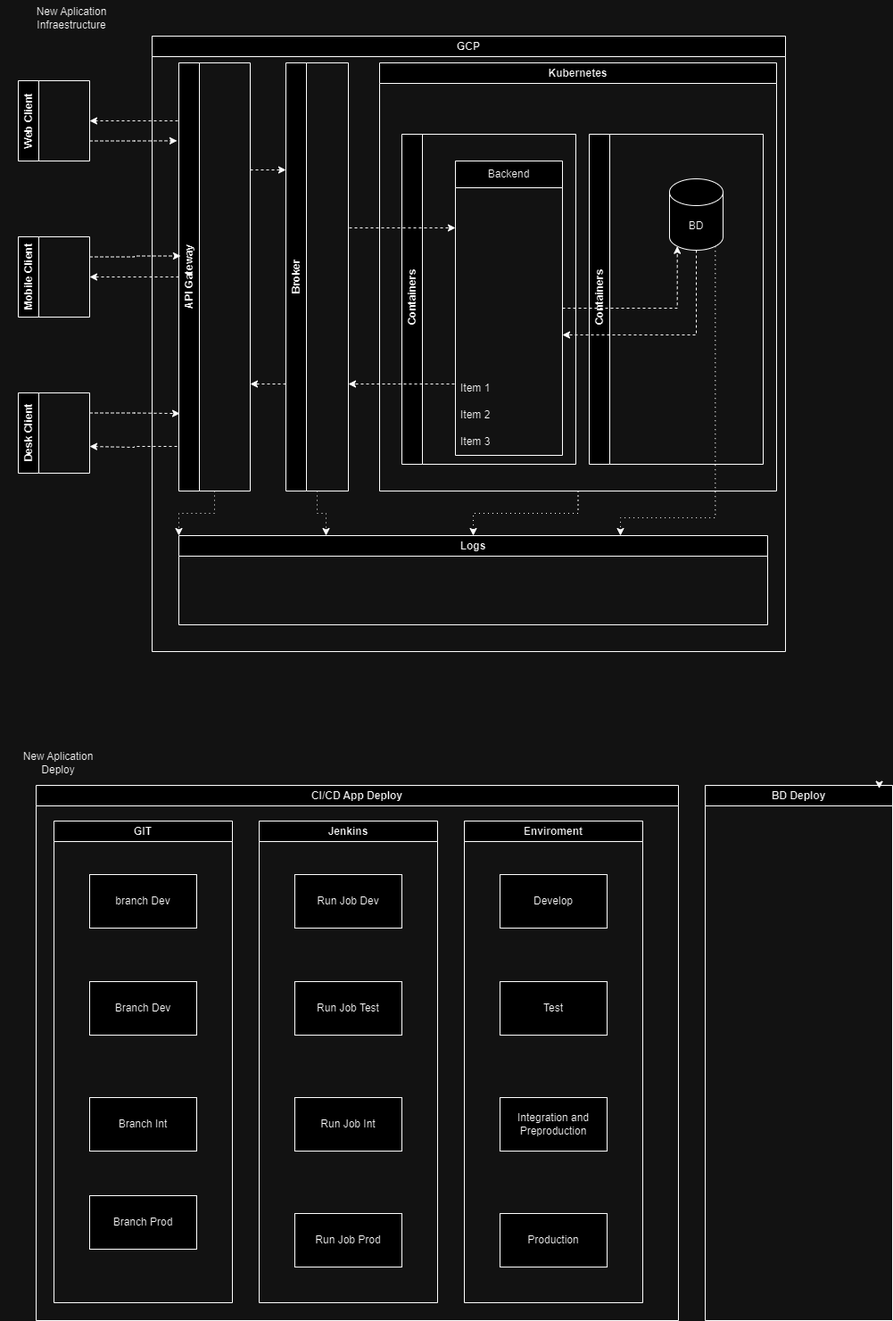
Before: valex-app.png, a diagram exported from draw.io (valexsilva/technicalSkills). Source tidied: cells renumbered, new cells last; positions are measured from the earlier drawing's top-left corner, leaving out a move shared by most shapes. Source of this version:
```xml
<mxGraphModel>
  <root>
    <mxCell id="0" />
    <mxCell id="1" parent="0" />
    <mxCell id="2" value="New Aplication Infraestructure" style="text;html=1;align=center;verticalAlign=middle;whiteSpace=wrap;rounded=0;" parent="1" vertex="1">
      <mxGeometry width="160" height="40" as="geometry" />
    </mxCell>
    <mxCell id="3" value="Web Client" style="swimlane;horizontal=0;whiteSpace=wrap;html=1;" parent="1" vertex="1">
      <mxGeometry x="20" y="90" width="80" height="90" as="geometry" />
    </mxCell>
    <mxCell id="4" value="Mobile Client" style="swimlane;horizontal=0;whiteSpace=wrap;html=1;" parent="1" vertex="1">
      <mxGeometry x="20" y="265" width="80" height="90" as="geometry" />
    </mxCell>
    <mxCell id="5" value="Desk Client" style="swimlane;horizontal=0;whiteSpace=wrap;html=1;" parent="1" vertex="1">
      <mxGeometry x="20" y="440" width="80" height="90" as="geometry" />
    </mxCell>
    <mxCell id="6" value="GCP" style="swimlane;whiteSpace=wrap;html=1;" parent="1" vertex="1">
      <mxGeometry x="170" y="40" width="710" height="690" as="geometry" />
    </mxCell>
    <mxCell id="7" style="edgeStyle=orthogonalEdgeStyle;rounded=0;jettySize=auto;html=1;exitX=0.855;exitY=1;exitDx=0;exitDy=-4.35;exitPerimeter=0;entryX=0.75;entryY=0;entryDx=0;entryDy=0;dashed=1;dashPattern=1 4;" parent="6" edge="1" source="30" target="33">
      <mxGeometry relative="1" as="geometry">
        <Array as="points">
          <mxPoint x="631" y="540" />
          <mxPoint x="525" y="540" />
        </Array>
      </mxGeometry>
    </mxCell>
    <mxCell id="8" style="edgeStyle=orthogonalEdgeStyle;rounded=0;jettySize=auto;html=1;exitX=0.5;exitY=1;exitDx=0;exitDy=0;entryX=0;entryY=0;entryDx=0;entryDy=0;dashed=1;dashPattern=1 4;" parent="6" edge="1" source="11" target="33">
      <mxGeometry relative="1" as="geometry" />
    </mxCell>
    <mxCell id="9" style="edgeStyle=orthogonalEdgeStyle;rounded=0;jettySize=auto;html=1;exitX=1;exitY=0.25;exitDx=0;exitDy=0;entryX=0;entryY=0.25;entryDx=0;entryDy=0;dashed=1;" parent="6" edge="1" source="11" target="14">
      <mxGeometry relative="1" as="geometry" />
    </mxCell>
    <mxCell id="10" style="edgeStyle=orthogonalEdgeStyle;rounded=0;jettySize=auto;html=1;exitX=0;exitY=0.75;exitDx=0;exitDy=0;dashed=1;" parent="6" edge="1" source="11">
      <mxGeometry relative="1" as="geometry">
        <mxPoint x="-70" y="460" as="targetPoint" />
        <Array as="points">
          <mxPoint x="30" y="460" />
          <mxPoint x="-20" y="460" />
          <mxPoint x="-70" y="461" />
        </Array>
      </mxGeometry>
    </mxCell>
    <mxCell id="11" value="API Gateway" style="swimlane;horizontal=0;whiteSpace=wrap;html=1;" parent="6" vertex="1">
      <mxGeometry x="30" y="30" width="80" height="480" as="geometry" />
    </mxCell>
    <mxCell id="12" style="edgeStyle=orthogonalEdgeStyle;rounded=0;jettySize=auto;html=1;exitX=0.5;exitY=1;exitDx=0;exitDy=0;entryX=0.25;entryY=0;entryDx=0;entryDy=0;dashed=1;dashPattern=1 4;" parent="6" edge="1" source="14" target="33">
      <mxGeometry relative="1" as="geometry" />
    </mxCell>
    <mxCell id="13" style="edgeStyle=orthogonalEdgeStyle;rounded=0;jettySize=auto;html=1;exitX=0;exitY=0.75;exitDx=0;exitDy=0;entryX=1;entryY=0.75;entryDx=0;entryDy=0;dashed=1;" parent="6" edge="1" source="14" target="11">
      <mxGeometry relative="1" as="geometry" />
    </mxCell>
    <mxCell id="14" value="Broker" style="swimlane;horizontal=0;whiteSpace=wrap;html=1;" parent="6" vertex="1">
      <mxGeometry x="150" y="30" width="70" height="480" as="geometry" />
    </mxCell>
    <mxCell id="15" style="edgeStyle=orthogonalEdgeStyle;rounded=0;jettySize=auto;html=1;exitX=0.5;exitY=1;exitDx=0;exitDy=0;entryX=0.5;entryY=0;entryDx=0;entryDy=0;dashed=1;dashPattern=1 4;" parent="6" edge="1" source="16" target="33">
      <mxGeometry relative="1" as="geometry" />
    </mxCell>
    <mxCell id="16" value="Kubernetes" style="swimlane;whiteSpace=wrap;html=1;" parent="6" vertex="1">
      <mxGeometry x="255" y="30" width="445" height="480" as="geometry" />
    </mxCell>
    <mxCell id="17" value="&amp;nbsp;Containers" style="swimlane;horizontal=0;whiteSpace=wrap;html=1;" parent="16" vertex="1">
      <mxGeometry x="25" y="80" width="195" height="370" as="geometry" />
    </mxCell>
    <mxCell id="18" value="Backend" style="swimlane;fontStyle=0;horizontal=1;startSize=30;whiteSpace=wrap;html=1;flipV=0;" parent="17" vertex="1">
      <mxGeometry x="60" y="30" width="120" height="330" as="geometry" />
    </mxCell>
    <mxCell id="19" style="text;strokeColor=none;fillColor=none;align=left;verticalAlign=middle;spacingLeft=4;spacingRight=4;overflow=hidden;whiteSpace=wrap;html=1;" parent="18" vertex="1">
      <mxGeometry y="30" width="120" height="30" as="geometry" />
    </mxCell>
    <mxCell id="20" style="text;strokeColor=none;fillColor=none;align=left;verticalAlign=middle;spacingLeft=4;spacingRight=4;overflow=hidden;points=[[0,0.5],[1,0.5]];portConstraint=eastwest;whiteSpace=wrap;html=1;" parent="18" vertex="1">
      <mxGeometry y="60" width="120" height="30" as="geometry" />
    </mxCell>
    <mxCell id="21" style="text;strokeColor=none;fillColor=none;align=left;verticalAlign=middle;spacingLeft=4;spacingRight=4;overflow=hidden;whiteSpace=wrap;html=1;" parent="18" vertex="1">
      <mxGeometry y="90" width="120" height="30" as="geometry" />
    </mxCell>
    <mxCell id="22" style="text;strokeColor=none;fillColor=none;align=left;verticalAlign=middle;spacingLeft=4;spacingRight=4;overflow=hidden;whiteSpace=wrap;html=1;" parent="18" vertex="1">
      <mxGeometry y="120" width="120" height="30" as="geometry" />
    </mxCell>
    <mxCell id="23" style="text;strokeColor=none;fillColor=none;align=left;verticalAlign=middle;spacingLeft=4;spacingRight=4;overflow=hidden;points=[[0,0.5],[1,0.5]];portConstraint=eastwest;whiteSpace=wrap;html=1;" parent="18" vertex="1">
      <mxGeometry y="150" width="120" height="30" as="geometry" />
    </mxCell>
    <mxCell id="24" style="text;strokeColor=none;fillColor=none;align=left;verticalAlign=middle;spacingLeft=4;spacingRight=4;overflow=hidden;points=[[0,0.5],[1,0.5]];portConstraint=eastwest;whiteSpace=wrap;html=1;" parent="18" vertex="1">
      <mxGeometry y="180" width="120" height="30" as="geometry" />
    </mxCell>
    <mxCell id="25" style="text;strokeColor=none;fillColor=none;align=left;verticalAlign=middle;spacingLeft=4;spacingRight=4;overflow=hidden;whiteSpace=wrap;html=1;" parent="18" vertex="1">
      <mxGeometry y="210" width="120" height="30" as="geometry" />
    </mxCell>
    <mxCell id="26" value="Item 1" style="text;strokeColor=none;fillColor=none;align=left;verticalAlign=middle;spacingLeft=4;spacingRight=4;overflow=hidden;whiteSpace=wrap;html=1;" parent="18" vertex="1">
      <mxGeometry y="240" width="120" height="30" as="geometry" />
    </mxCell>
    <mxCell id="27" value="Item 2" style="text;strokeColor=none;fillColor=none;align=left;verticalAlign=middle;spacingLeft=4;spacingRight=4;overflow=hidden;points=[[0,0.5],[1,0.5]];portConstraint=eastwest;whiteSpace=wrap;html=1;" parent="18" vertex="1">
      <mxGeometry y="270" width="120" height="30" as="geometry" />
    </mxCell>
    <mxCell id="28" value="Item 3" style="text;strokeColor=none;fillColor=none;align=left;verticalAlign=middle;spacingLeft=4;spacingRight=4;overflow=hidden;whiteSpace=wrap;html=1;" parent="18" vertex="1">
      <mxGeometry y="300" width="120" height="30" as="geometry" />
    </mxCell>
    <mxCell id="29" value="&amp;nbsp;Containers" style="swimlane;horizontal=0;whiteSpace=wrap;html=1;" parent="16" vertex="1">
      <mxGeometry x="235" y="80" width="195" height="370" as="geometry" />
    </mxCell>
    <mxCell id="30" value="BD" style="shape=cylinder3;whiteSpace=wrap;html=1;boundedLbl=1;backgroundOutline=1;size=15;" parent="29" vertex="1">
      <mxGeometry x="90" y="50" width="60" height="80" as="geometry" />
    </mxCell>
    <mxCell id="31" style="edgeStyle=orthogonalEdgeStyle;rounded=0;jettySize=auto;html=1;exitX=1;exitY=0.5;exitDx=0;exitDy=0;entryX=0.145;entryY=1;entryDx=0;entryDy=-4.35;entryPerimeter=0;dashed=1;" parent="16" edge="1" source="23" target="30">
      <mxGeometry relative="1" as="geometry" />
    </mxCell>
    <mxCell id="32" style="edgeStyle=orthogonalEdgeStyle;rounded=0;jettySize=auto;html=1;exitX=0.5;exitY=1;exitDx=0;exitDy=0;exitPerimeter=0;entryX=1;entryY=0.5;entryDx=0;entryDy=0;dashed=1;" parent="16" edge="1" source="30" target="24">
      <mxGeometry relative="1" as="geometry" />
    </mxCell>
    <mxCell id="33" value="Logs" style="swimlane;whiteSpace=wrap;html=1;" parent="6" vertex="1">
      <mxGeometry x="30" y="560" width="660" height="100" as="geometry" />
    </mxCell>
    <mxCell id="34" style="edgeStyle=orthogonalEdgeStyle;rounded=0;jettySize=auto;html=1;exitX=0;exitY=0.5;exitDx=0;exitDy=0;entryX=1;entryY=0.75;entryDx=0;entryDy=0;dashed=1;" parent="6" edge="1" source="27" target="14">
      <mxGeometry relative="1" as="geometry">
        <Array as="points">
          <mxPoint x="340" y="390" />
        </Array>
      </mxGeometry>
    </mxCell>
    <mxCell id="35" style="edgeStyle=orthogonalEdgeStyle;rounded=0;jettySize=auto;html=1;exitX=1;exitY=0.25;exitDx=0;exitDy=0;entryX=0;entryY=0.5;entryDx=0;entryDy=0;dashed=1;" parent="6" edge="1" source="14" target="20">
      <mxGeometry relative="1" as="geometry">
        <Array as="points">
          <mxPoint x="220" y="215" />
        </Array>
      </mxGeometry>
    </mxCell>
    <mxCell id="36" style="edgeStyle=orthogonalEdgeStyle;rounded=0;jettySize=auto;html=1;exitX=0;exitY=0;exitDx=0;exitDy=0;entryX=1;entryY=0.5;entryDx=0;entryDy=0;dashed=1;" parent="1" edge="1" source="11" target="3">
      <mxGeometry relative="1" as="geometry">
        <Array as="points">
          <mxPoint x="200" y="135" />
        </Array>
      </mxGeometry>
    </mxCell>
    <mxCell id="37" style="edgeStyle=orthogonalEdgeStyle;rounded=0;jettySize=auto;html=1;exitX=1;exitY=0.75;exitDx=0;exitDy=0;entryX=-0.025;entryY=0.182;entryDx=0;entryDy=0;entryPerimeter=0;dashed=1;" parent="1" edge="1" source="3" target="11">
      <mxGeometry relative="1" as="geometry" />
    </mxCell>
    <mxCell id="38" style="edgeStyle=orthogonalEdgeStyle;rounded=0;jettySize=auto;html=1;exitX=1;exitY=0.25;exitDx=0;exitDy=0;entryX=0.025;entryY=0.451;entryDx=0;entryDy=0;entryPerimeter=0;dashed=1;" parent="1" edge="1" source="4" target="11">
      <mxGeometry relative="1" as="geometry" />
    </mxCell>
    <mxCell id="39" style="edgeStyle=orthogonalEdgeStyle;rounded=0;jettySize=auto;html=1;exitX=0;exitY=0.5;exitDx=0;exitDy=0;entryX=1;entryY=0.5;entryDx=0;entryDy=0;dashed=1;" parent="1" edge="1" source="11" target="4">
      <mxGeometry relative="1" as="geometry" />
    </mxCell>
    <mxCell id="40" style="edgeStyle=orthogonalEdgeStyle;rounded=0;jettySize=auto;html=1;exitX=1;exitY=0.25;exitDx=0;exitDy=0;entryX=0.013;entryY=0.819;entryDx=0;entryDy=0;entryPerimeter=0;dashed=1;" parent="1" edge="1" source="5" target="11">
      <mxGeometry relative="1" as="geometry" />
    </mxCell>
    <mxCell id="41" value="New Aplication&lt;div&gt;Deploy&lt;/div&gt;" style="text;html=1;align=center;verticalAlign=middle;whiteSpace=wrap;rounded=0;" parent="1" vertex="1">
      <mxGeometry x="10" y="840" width="110" height="30" as="geometry" />
    </mxCell>
    <mxCell id="42" value="CI/CD App Deploy" style="swimlane;whiteSpace=wrap;html=1;" parent="1" vertex="1">
      <mxGeometry x="40" y="880" width="720" height="600" as="geometry" />
    </mxCell>
    <mxCell id="43" value="GIT" style="swimlane;whiteSpace=wrap;html=1;" parent="42" vertex="1">
      <mxGeometry x="20" y="40" width="200" height="540" as="geometry" />
    </mxCell>
    <mxCell id="44" value="branch Dev" style="rounded=0;whiteSpace=wrap;html=1;" parent="43" vertex="1">
      <mxGeometry x="40" y="60" width="120" height="60" as="geometry" />
    </mxCell>
    <mxCell id="45" value="Branch Dev" style="rounded=0;whiteSpace=wrap;html=1;" parent="43" vertex="1">
      <mxGeometry x="40" y="180" width="120" height="60" as="geometry" />
    </mxCell>
    <mxCell id="46" value="Branch Int" style="rounded=0;whiteSpace=wrap;html=1;" parent="43" vertex="1">
      <mxGeometry x="40" y="310" width="120" height="60" as="geometry" />
    </mxCell>
    <mxCell id="47" value="Branch Prod" style="rounded=0;whiteSpace=wrap;html=1;" parent="43" vertex="1">
      <mxGeometry x="40" y="420" width="120" height="60" as="geometry" />
    </mxCell>
    <mxCell id="48" value="Jenkins" style="swimlane;whiteSpace=wrap;html=1;" parent="42" vertex="1">
      <mxGeometry x="250" y="40" width="200" height="540" as="geometry" />
    </mxCell>
    <mxCell id="49" value="Run Job Dev" style="rounded=0;whiteSpace=wrap;html=1;" parent="48" vertex="1">
      <mxGeometry x="40" y="60" width="120" height="60" as="geometry" />
    </mxCell>
    <mxCell id="50" value="Run Job Test" style="rounded=0;whiteSpace=wrap;html=1;" parent="48" vertex="1">
      <mxGeometry x="40" y="180" width="120" height="60" as="geometry" />
    </mxCell>
    <mxCell id="51" value="Run Job Int" style="rounded=0;whiteSpace=wrap;html=1;" parent="48" vertex="1">
      <mxGeometry x="40" y="310" width="120" height="60" as="geometry" />
    </mxCell>
    <mxCell id="52" value="Run Job Prod" style="rounded=0;whiteSpace=wrap;html=1;" parent="48" vertex="1">
      <mxGeometry x="40" y="440" width="120" height="60" as="geometry" />
    </mxCell>
    <mxCell id="53" value="Enviroment" style="swimlane;whiteSpace=wrap;html=1;" parent="42" vertex="1">
      <mxGeometry x="480" y="40" width="200" height="540" as="geometry" />
    </mxCell>
    <mxCell id="54" value="Develop" style="rounded=0;whiteSpace=wrap;html=1;" parent="53" vertex="1">
      <mxGeometry x="40" y="60" width="120" height="60" as="geometry" />
    </mxCell>
    <mxCell id="55" value="Test" style="rounded=0;whiteSpace=wrap;html=1;" parent="53" vertex="1">
      <mxGeometry x="40" y="180" width="120" height="60" as="geometry" />
    </mxCell>
    <mxCell id="56" value="Integration and Preproduction" style="rounded=0;whiteSpace=wrap;html=1;" parent="53" vertex="1">
      <mxGeometry x="40" y="310" width="120" height="60" as="geometry" />
    </mxCell>
    <mxCell id="57" value="Production" style="rounded=0;whiteSpace=wrap;html=1;" parent="53" vertex="1">
      <mxGeometry x="40" y="440" width="120" height="60" as="geometry" />
    </mxCell>
    <mxCell id="58" value="BD Deploy" style="swimlane;whiteSpace=wrap;html=1;" parent="1" vertex="1">
      <mxGeometry x="790" y="880" width="210" height="600" as="geometry" />
    </mxCell>
    <mxCell id="59" style="edgeStyle=orthogonalEdgeStyle;rounded=0;orthogonalLoop=1;jettySize=auto;html=1;exitX=0.75;exitY=0;exitDx=0;exitDy=0;entryX=0.929;entryY=0.006;entryDx=0;entryDy=0;entryPerimeter=0;" parent="1" edge="1" source="58" target="58">
      <mxGeometry relative="1" as="geometry" />
    </mxCell>
  </root>
</mxGraphModel>
```
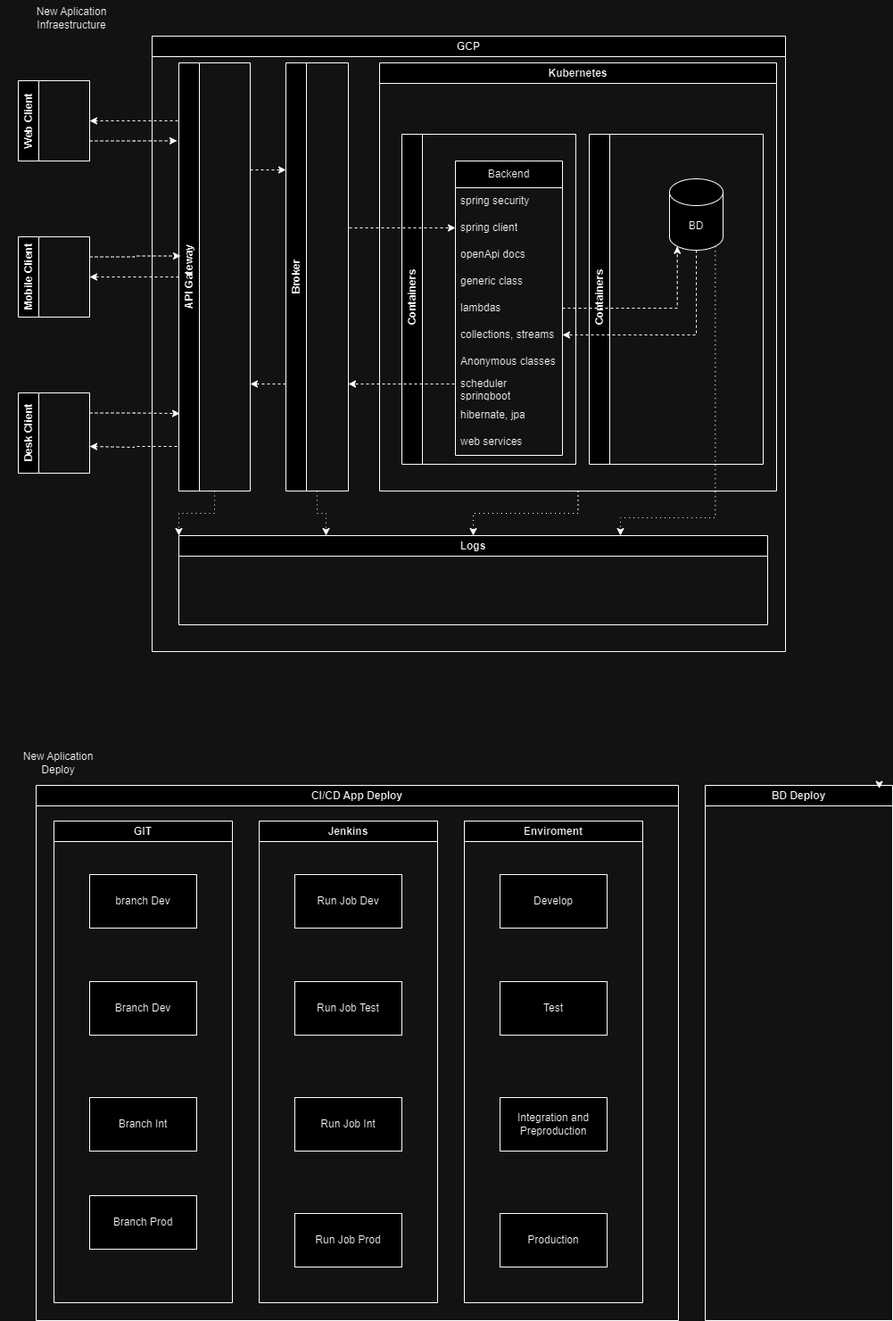
The same file after the commit.

Commit message:
update diagram definition

Diff of the diagram source:
```diff
@@ -65,34 +65,34 @@
     <mxCell id="18" value="Backend" style="swimlane;fontStyle=0;horizontal=1;startSize=30;whiteSpace=wrap;html=1;flipV=0;" parent="17" vertex="1">
       <mxGeometry x="60" y="30" width="120" height="330" as="geometry" />
     </mxCell>
-    <mxCell id="19" style="text;strokeColor=none;fillColor=none;align=left;verticalAlign=middle;spacingLeft=4;spacingRight=4;overflow=hidden;whiteSpace=wrap;html=1;" parent="18" vertex="1">
+    <mxCell id="19" value="spring security" style="text;strokeColor=none;fillColor=none;align=left;verticalAlign=middle;spacingLeft=4;spacingRight=4;overflow=hidden;whiteSpace=wrap;html=1;" parent="18" vertex="1">
       <mxGeometry y="30" width="120" height="30" as="geometry" />
     </mxCell>
-    <mxCell id="20" style="text;strokeColor=none;fillColor=none;align=left;verticalAlign=middle;spacingLeft=4;spacingRight=4;overflow=hidden;points=[[0,0.5],[1,0.5]];portConstraint=eastwest;whiteSpace=wrap;html=1;" parent="18" vertex="1">
+    <mxCell id="20" value="spring client" style="text;strokeColor=none;fillColor=none;align=left;verticalAlign=middle;spacingLeft=4;spacingRight=4;overflow=hidden;points=[[0,0.5],[1,0.5]];portConstraint=eastwest;whiteSpace=wrap;html=1;" parent="18" vertex="1">
       <mxGeometry y="60" width="120" height="30" as="geometry" />
     </mxCell>
-    <mxCell id="21" style="text;strokeColor=none;fillColor=none;align=left;verticalAlign=middle;spacingLeft=4;spacingRight=4;overflow=hidden;whiteSpace=wrap;html=1;" parent="18" vertex="1">
+    <mxCell id="21" value="openApi docs" style="text;strokeColor=none;fillColor=none;align=left;verticalAlign=middle;spacingLeft=4;spacingRight=4;overflow=hidden;whiteSpace=wrap;html=1;" parent="18" vertex="1">
       <mxGeometry y="90" width="120" height="30" as="geometry" />
     </mxCell>
-    <mxCell id="22" style="text;strokeColor=none;fillColor=none;align=left;verticalAlign=middle;spacingLeft=4;spacingRight=4;overflow=hidden;whiteSpace=wrap;html=1;" parent="18" vertex="1">
+    <mxCell id="22" value="generic class" style="text;strokeColor=none;fillColor=none;align=left;verticalAlign=middle;spacingLeft=4;spacingRight=4;overflow=hidden;whiteSpace=wrap;html=1;" parent="18" vertex="1">
       <mxGeometry y="120" width="120" height="30" as="geometry" />
     </mxCell>
-    <mxCell id="23" style="text;strokeColor=none;fillColor=none;align=left;verticalAlign=middle;spacingLeft=4;spacingRight=4;overflow=hidden;points=[[0,0.5],[1,0.5]];portConstraint=eastwest;whiteSpace=wrap;html=1;" parent="18" vertex="1">
+    <mxCell id="23" value="lambdas" style="text;strokeColor=none;fillColor=none;align=left;verticalAlign=middle;spacingLeft=4;spacingRight=4;overflow=hidden;points=[[0,0.5],[1,0.5]];portConstraint=eastwest;whiteSpace=wrap;html=1;" parent="18" vertex="1">
       <mxGeometry y="150" width="120" height="30" as="geometry" />
     </mxCell>
-    <mxCell id="24" style="text;strokeColor=none;fillColor=none;align=left;verticalAlign=middle;spacingLeft=4;spacingRight=4;overflow=hidden;points=[[0,0.5],[1,0.5]];portConstraint=eastwest;whiteSpace=wrap;html=1;" parent="18" vertex="1">
+    <mxCell id="24" value="collections, streams" style="text;strokeColor=none;fillColor=none;align=left;verticalAlign=middle;spacingLeft=4;spacingRight=4;overflow=hidden;points=[[0,0.5],[1,0.5]];portConstraint=eastwest;whiteSpace=wrap;html=1;" parent="18" vertex="1">
       <mxGeometry y="180" width="120" height="30" as="geometry" />
     </mxCell>
-    <mxCell id="25" style="text;strokeColor=none;fillColor=none;align=left;verticalAlign=middle;spacingLeft=4;spacingRight=4;overflow=hidden;whiteSpace=wrap;html=1;" parent="18" vertex="1">
+    <mxCell id="25" value="Anonymous classes" style="text;strokeColor=none;fillColor=none;align=left;verticalAlign=middle;spacingLeft=4;spacingRight=4;overflow=hidden;whiteSpace=wrap;html=1;" parent="18" vertex="1">
       <mxGeometry y="210" width="120" height="30" as="geometry" />
     </mxCell>
-    <mxCell id="26" value="Item 1" style="text;strokeColor=none;fillColor=none;align=left;verticalAlign=middle;spacingLeft=4;spacingRight=4;overflow=hidden;whiteSpace=wrap;html=1;" parent="18" vertex="1">
+    <mxCell id="26" value="scheduler springboot" style="text;strokeColor=none;fillColor=none;align=left;verticalAlign=middle;spacingLeft=4;spacingRight=4;overflow=hidden;whiteSpace=wrap;html=1;" parent="18" vertex="1">
       <mxGeometry y="240" width="120" height="30" as="geometry" />
     </mxCell>
-    <mxCell id="27" value="Item 2" style="text;strokeColor=none;fillColor=none;align=left;verticalAlign=middle;spacingLeft=4;spacingRight=4;overflow=hidden;points=[[0,0.5],[1,0.5]];portConstraint=eastwest;whiteSpace=wrap;html=1;" parent="18" vertex="1">
+    <mxCell id="27" value="hibernate, jpa" style="text;strokeColor=none;fillColor=none;align=left;verticalAlign=middle;spacingLeft=4;spacingRight=4;overflow=hidden;points=[[0,0.5],[1,0.5]];portConstraint=eastwest;whiteSpace=wrap;html=1;" parent="18" vertex="1">
       <mxGeometry y="270" width="120" height="30" as="geometry" />
     </mxCell>
-    <mxCell id="28" value="Item 3" style="text;strokeColor=none;fillColor=none;align=left;verticalAlign=middle;spacingLeft=4;spacingRight=4;overflow=hidden;whiteSpace=wrap;html=1;" parent="18" vertex="1">
+    <mxCell id="28" value="web services" style="text;strokeColor=none;fillColor=none;align=left;verticalAlign=middle;spacingLeft=4;spacingRight=4;overflow=hidden;whiteSpace=wrap;html=1;" parent="18" vertex="1">
       <mxGeometry y="300" width="120" height="30" as="geometry" />
     </mxCell>
     <mxCell id="29" value="&amp;nbsp;Containers" style="swimlane;horizontal=0;whiteSpace=wrap;html=1;" parent="16" vertex="1">
```
